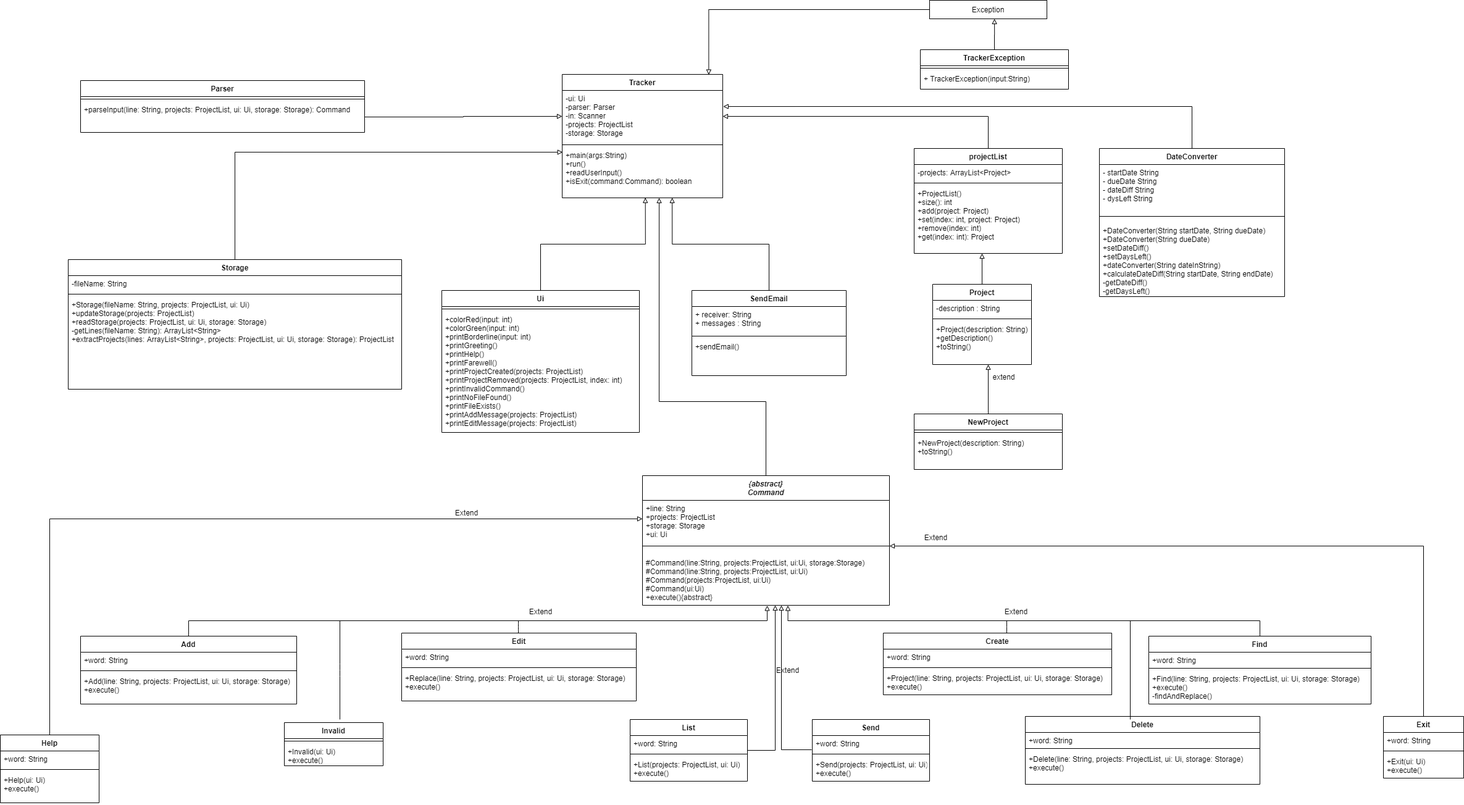
Earlier version of the draw.io export docs/UML V2.png (nus-tic4001-AY2021S1/tp). Source tidied: cells renumbered, new cells last; positions are measured from the earlier drawing's top-left corner, leaving out a move shared by most shapes.
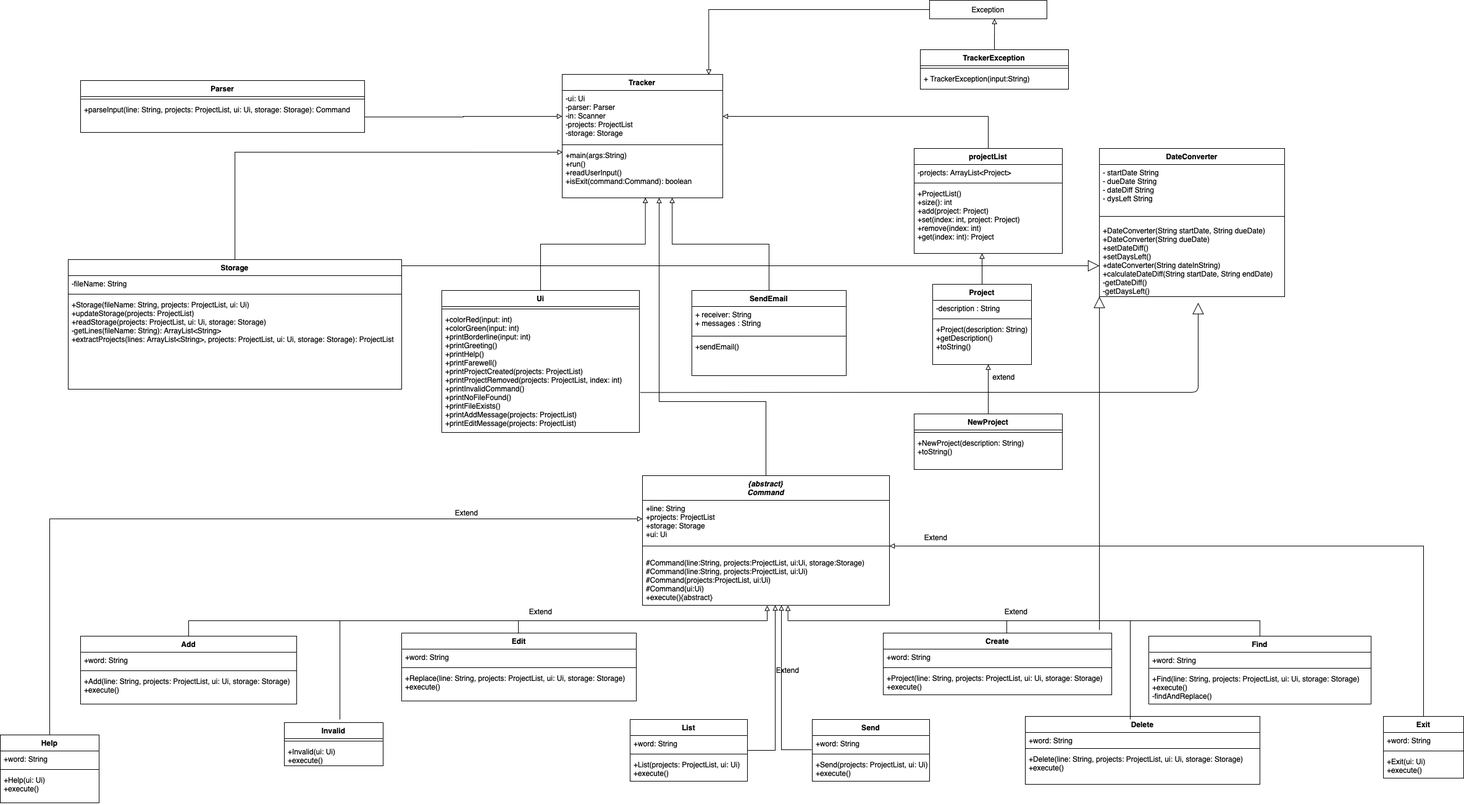
After the change.

The edit, as a diff of the source:
```diff
@@ -349,9 +349,6 @@
     <mxCell id="105" style="edgeStyle=orthogonalEdgeStyle;rounded=0;jettySize=auto;html=1;entryX=0.685;entryY=0.998;entryDx=0;entryDy=0;entryPerimeter=0;endArrow=block;endFill=0;fontColor=#000000;exitX=0.5;exitY=0;exitDx=0;exitDy=0;" parent="1" edge="1" source="101" target="24">
       <mxGeometry relative="1" as="geometry" />
     </mxCell>
-    <mxCell id="106" style="edgeStyle=orthogonalEdgeStyle;rounded=0;jettySize=auto;html=1;entryX=1.003;entryY=0.31;entryDx=0;entryDy=0;entryPerimeter=0;endArrow=block;endFill=0;fontColor=#000000;exitX=0.5;exitY=0;exitDx=0;exitDy=0;" parent="1" edge="1" source="97" target="22">
-      <mxGeometry relative="1" as="geometry" />
-    </mxCell>
     <mxCell id="107" style="edgeStyle=orthogonalEdgeStyle;rounded=0;jettySize=auto;html=1;entryX=0.913;entryY=0.003;entryDx=0;entryDy=0;entryPerimeter=0;endArrow=block;endFill=0;fontColor=#000000;exitX=0;exitY=0.5;exitDx=0;exitDy=0;" parent="1" edge="1" source="78" target="21">
       <mxGeometry relative="1" as="geometry" />
     </mxCell>
@@ -363,5 +360,29 @@
         </Array>
       </mxGeometry>
     </mxCell>
+    <mxCell id="109" style="endArrow=block;endSize=16;endFill=0;html=1;" parent="1" edge="1">
+      <mxGeometry relative="1" as="geometry">
+        <mxPoint x="1780" y="1020" as="sourcePoint" />
+        <mxPoint x="1780" y="480" as="targetPoint" />
+        <Array as="points">
+          <mxPoint x="1780" y="690" />
+        </Array>
+      </mxGeometry>
+    </mxCell>
+    <mxCell id="110" style="endArrow=block;endSize=16;endFill=0;html=1;" parent="1" edge="1">
+      <mxGeometry relative="1" as="geometry">
+        <mxPoint x="650" y="430" as="sourcePoint" />
+        <mxPoint x="1780" y="430" as="targetPoint" />
+      </mxGeometry>
+    </mxCell>
+    <mxCell id="111" style="endArrow=block;endSize=16;endFill=0;html=1;exitX=1.004;exitY=0.67;exitDx=0;exitDy=0;exitPerimeter=0;" parent="1" edge="1" source="44">
+      <mxGeometry relative="1" as="geometry">
+        <mxPoint x="1940" y="490" as="targetPoint" />
+        <Array as="points">
+          <mxPoint x="1530" y="635" />
+          <mxPoint x="1940" y="635" />
+        </Array>
+      </mxGeometry>
+    </mxCell>
   </root>
 </mxGraphModel>
```
